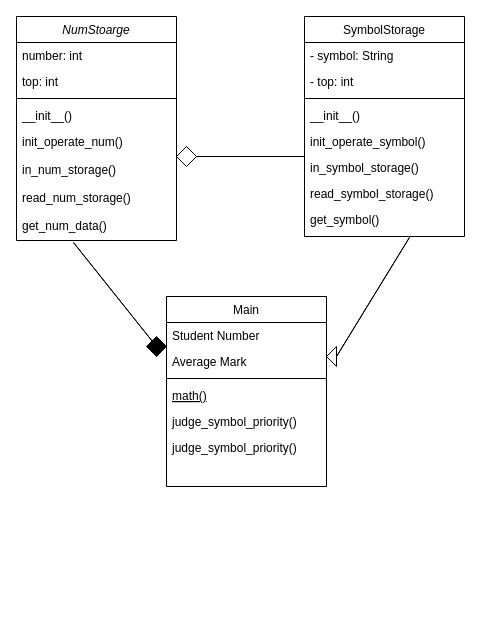
Before: Untitled Diagram.drawio in Hanalessawy/Proj1, a draw.io diagram. Source tidied: cells renumbered, new cells numbered last; positions are measured from the earlier drawing's top-left corner, leaving out a move shared by most shapes. Both pictures are drawn from the tidied source at 100%, with x=0, y=0 at pixel (16, 16).
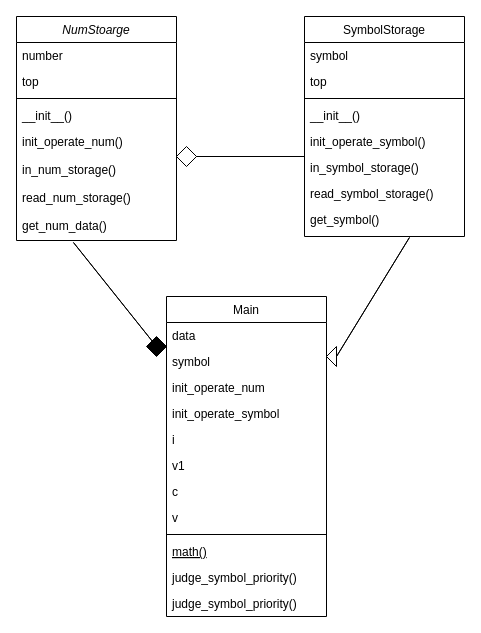
Above is the later version.

Unchanged cells that the change refers to:
```xml
<mxCell id="2" value="NumStoarge" style="swimlane;fontStyle=2;align=center;verticalAlign=top;horizontal=1;startSize=26;rounded=0;shadow=0;strokeWidth=1;" parent="1" vertex="1">
  <mxGeometry width="160" height="224" as="geometry" />
</mxCell>
<mxCell id="18" value="SymbolStorage" style="swimlane;fontStyle=0;align=center;verticalAlign=top;horizontal=1;startSize=26;rounded=0;shadow=0;strokeWidth=1;" parent="1" vertex="1">
  <mxGeometry x="288" width="160" height="220" as="geometry" />
</mxCell>
```

What changed in the source:
```diff
@@
-    <mxCell id="3" value="number: int" style="text;align=left;verticalAlign=top;spacingLeft=4;spacingRight=4;overflow=hidden;" parent="2" vertex="1">
+    <mxCell id="3" value="number" style="text;align=left;verticalAlign=top;spacingLeft=4;spacingRight=4;overflow=hidden;" parent="2" vertex="1">
       <mxGeometry y="26" width="160" height="26" as="geometry" />
     </mxCell>
-    <mxCell id="4" value="top: int" style="text;align=left;verticalAlign=top;spacingLeft=4;spacingRight=4;overflow=hidden;rounded=0;shadow=0;html=0;" parent="2" vertex="1">
+    <mxCell id="4" value="top" style="text;align=left;verticalAlign=top;spacingLeft=4;spacingRight=4;overflow=hidden;rounded=0;shadow=0;html=0;" parent="2" vertex="1">
       <mxGeometry y="52" width="160" height="26" as="geometry" />
     </mxCell>
@@
     <mxCell id="11" value="Main" style="swimlane;fontStyle=0;align=center;verticalAlign=top;horizontal=1;startSize=26;rounded=0;shadow=0;strokeWidth=1;" parent="1" vertex="1">
-      <mxGeometry x="150" y="280" width="160" height="190" as="geometry" />
+      <mxGeometry x="150" y="280" width="160" height="320" as="geometry" />
     </mxCell>
-    <mxCell id="12" value="Student Number" style="text;align=left;verticalAlign=top;spacingLeft=4;spacingRight=4;overflow=hidden;" parent="11" vertex="1">
+    <mxCell id="12" value="data" style="text;align=left;verticalAlign=top;spacingLeft=4;spacingRight=4;overflow=hidden;" parent="11" vertex="1">
       <mxGeometry y="26" width="160" height="26" as="geometry" />
     </mxCell>
+    <mxCell id="33" value="symbol" style="text;align=left;verticalAlign=top;spacingLeft=4;spacingRight=4;overflow=hidden;" parent="11" vertex="1">
+      <mxGeometry y="52" width="160" height="26" as="geometry" />
+    </mxCell>
-    <mxCell id="13" value="Average Mark" style="text;align=left;verticalAlign=top;spacingLeft=4;spacingRight=4;overflow=hidden;rounded=0;shadow=0;html=0;" parent="11" vertex="1">
-      <mxGeometry y="52" width="160" height="26" as="geometry" />
+    <mxCell id="13" value="init_operate_num" style="text;align=left;verticalAlign=top;spacingLeft=4;spacingRight=4;overflow=hidden;rounded=0;shadow=0;html=0;" parent="11" vertex="1">
+      <mxGeometry y="78" width="160" height="26" as="geometry" />
     </mxCell>
+    <mxCell id="34" value="init_operate_symbol" style="text;align=left;verticalAlign=top;spacingLeft=4;spacingRight=4;overflow=hidden;rounded=0;shadow=0;html=0;" parent="11" vertex="1">
+      <mxGeometry y="104" width="160" height="26" as="geometry" />
+    </mxCell>
+    <mxCell id="35" value="i" style="text;align=left;verticalAlign=top;spacingLeft=4;spacingRight=4;overflow=hidden;rounded=0;shadow=0;html=0;" parent="11" vertex="1">
+      <mxGeometry y="130" width="160" height="26" as="geometry" />
+    </mxCell>
+    <mxCell id="36" value="v1" style="text;align=left;verticalAlign=top;spacingLeft=4;spacingRight=4;overflow=hidden;rounded=0;shadow=0;html=0;" parent="11" vertex="1">
+      <mxGeometry y="156" width="160" height="26" as="geometry" />
+    </mxCell>
+    <mxCell id="37" value="c" style="text;align=left;verticalAlign=top;spacingLeft=4;spacingRight=4;overflow=hidden;rounded=0;shadow=0;html=0;" parent="11" vertex="1">
+      <mxGeometry y="182" width="160" height="26" as="geometry" />
+    </mxCell>
+    <mxCell id="38" value="v" style="text;align=left;verticalAlign=top;spacingLeft=4;spacingRight=4;overflow=hidden;rounded=0;shadow=0;html=0;" parent="11" vertex="1">
+      <mxGeometry y="208" width="160" height="26" as="geometry" />
+    </mxCell>
     <mxCell id="14" style="line;html=1;strokeWidth=1;align=left;verticalAlign=middle;spacingTop=-1;spacingLeft=3;spacingRight=3;labelPosition=right;" parent="11" vertex="1">
-      <mxGeometry y="78" width="160" height="8" as="geometry" />
+      <mxGeometry y="234" width="160" height="8" as="geometry" />
     </mxCell>
     <mxCell id="15" value="math()" style="text;align=left;verticalAlign=top;spacingLeft=4;spacingRight=4;overflow=hidden;fontStyle=4;strokeColor=none;" parent="11" vertex="1">
-      <mxGeometry y="86" width="160" height="26" as="geometry" />
+      <mxGeometry y="242" width="160" height="26" as="geometry" />
     </mxCell>
     <mxCell id="16" value="judge_symbol_priority()" style="text;align=left;verticalAlign=top;spacingLeft=4;spacingRight=4;overflow=hidden;" parent="11" vertex="1">
-      <mxGeometry y="112" width="160" height="26" as="geometry" />
+      <mxGeometry y="268" width="160" height="26" as="geometry" />
     </mxCell>
     <mxCell id="17" value="judge_symbol_priority()" style="text;align=left;verticalAlign=top;spacingLeft=4;spacingRight=4;overflow=hidden;" parent="11" vertex="1">
-      <mxGeometry y="138" width="160" height="26" as="geometry" />
+      <mxGeometry y="294" width="160" height="26" as="geometry" />
     </mxCell>
@@
-    <mxCell id="19" value="- symbol: String" style="text;align=left;verticalAlign=top;spacingLeft=4;spacingRight=4;overflow=hidden;" parent="18" vertex="1">
+    <mxCell id="19" value="symbol" style="text;align=left;verticalAlign=top;spacingLeft=4;spacingRight=4;overflow=hidden;" parent="18" vertex="1">
       <mxGeometry y="26" width="160" height="26" as="geometry" />
     </mxCell>
-    <mxCell id="20" value="- top: int" style="text;align=left;verticalAlign=top;spacingLeft=4;spacingRight=4;overflow=hidden;" parent="18" vertex="1">
+    <mxCell id="20" value="top" style="text;align=left;verticalAlign=top;spacingLeft=4;spacingRight=4;overflow=hidden;" parent="18" vertex="1">
       <mxGeometry y="52" width="160" height="26" as="geometry" />
     </mxCell>
```
